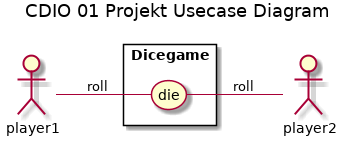
Above: UML/usecase.png in madsstorgaardnielsen/CDIO1_20_del1 (PlantUML), before the change.
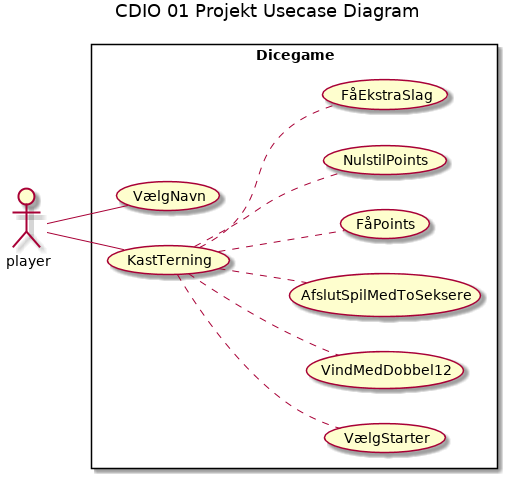
After the change.

The edit, as a diff of the source:
```diff
@@ -1,10 +1,15 @@
 @startuml
 title CDIO 01 Projekt Usecase Diagram
 left to right direction
-actor player1 as p1
-actor player2 as p2
+actor player as p
 rectangle Dicegame{
-	p1 -- (die) : roll
-	(die) -- p2 : roll
+	p - (VælgNavn)
+	p -- (KastTerning)
+	(KastTerning) .. (VælgStarter)
+	(KastTerning) .. (VindMedDobbel12)
+	(KastTerning) .. (AfslutSpilMedToSeksere)
+	(KastTerning) .. (FåPoints)
+	(KastTerning) .. (NulstilPoints)
+	(KastTerning) .. (FåEkstraSlag)
 }
 @enduml
```
